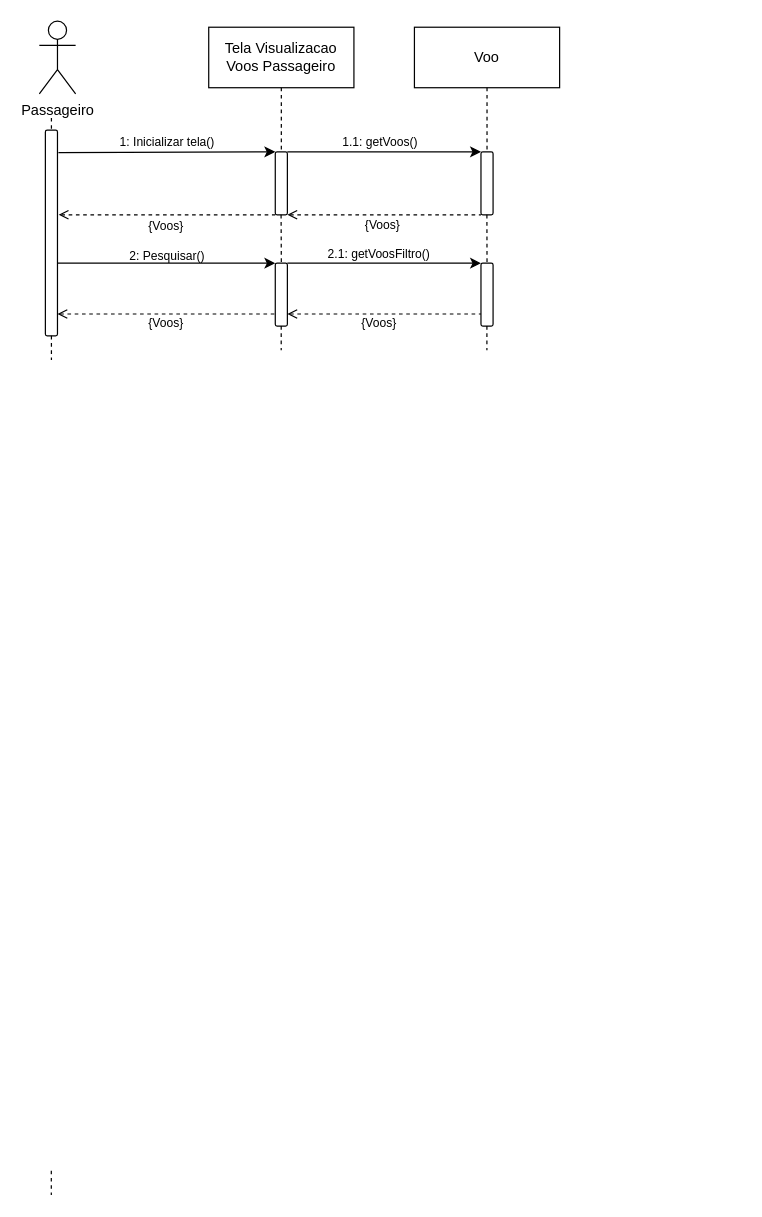
This is Diagramas/Eng_de_Software/Modelos/Sequencia/Ver_Voos.drawio from GabrielGMori/trabalho-conclus-o-ano, a draw.io file, before an edit. Source tidied: cells renumbered, new cells numbered last; positions are measured from the earlier drawing's top-left corner, leaving out a move shared by most shapes. Both pictures are drawn from the tidied source at 121%, with x=0, y=0 at pixel (39, 21).
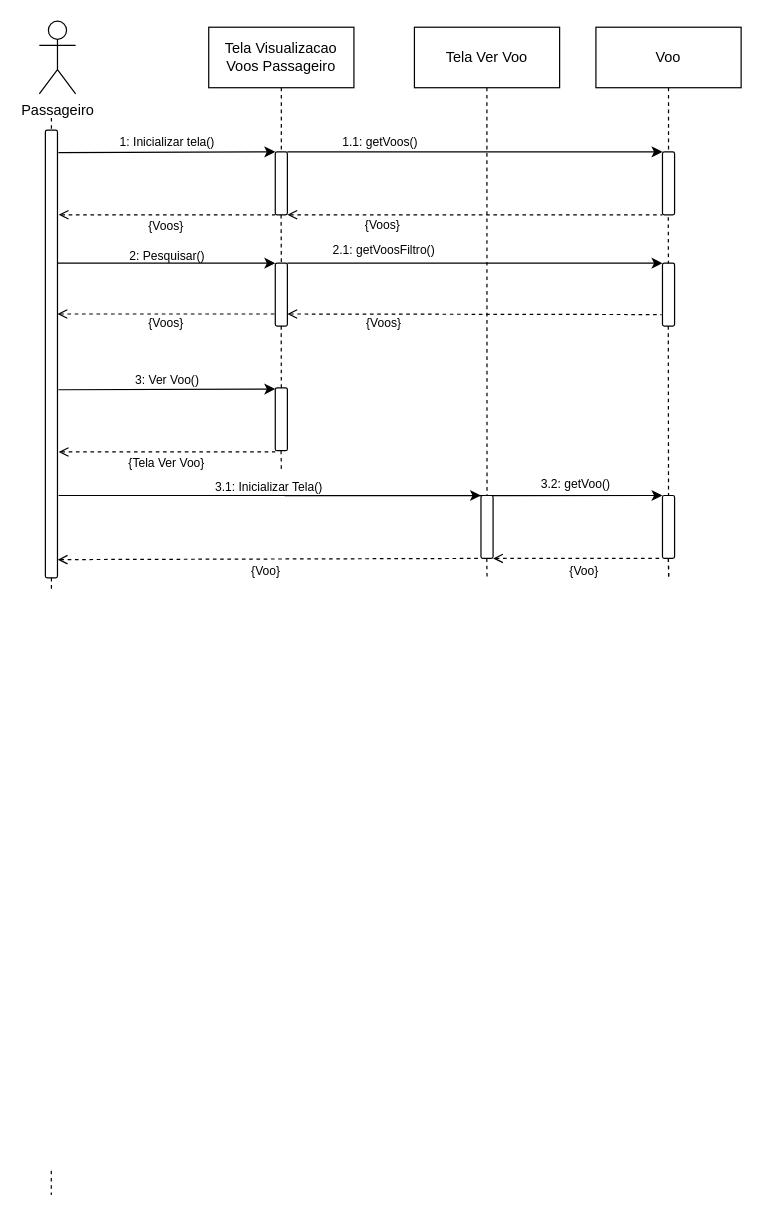
Above is the later version.

The edit, as a diff of the source:
```diff
@@
-    <mxCell id="4" value="Voo" style="rounded=0;whiteSpace=wrap;html=1;" parent="1" vertex="1">
+    <mxCell id="4" value="Tela Ver Voo" style="rounded=0;whiteSpace=wrap;html=1;" parent="1" vertex="1">
       <mxGeometry x="310" y="5" width="120" height="50" as="geometry" />
     </mxCell>
@@
     <mxCell id="6" style="rounded=1;whiteSpace=wrap;html=1;" parent="1" vertex="1">
-      <mxGeometry x="5" y="90" width="10" height="170" as="geometry" />
+      <mxGeometry x="5" y="90" width="10" height="370" as="geometry" />
     </mxCell>
-    <mxCell id="7" style="endArrow=none;dashed=1;html=1;rounded=0;exitX=0.5;exitY=1;exitDx=0;exitDy=0;entryX=0.5;entryY=0;entryDx=0;entryDy=0;" parent="1" edge="1" source="4" target="12">
+    <mxCell id="7" style="endArrow=none;dashed=1;html=1;rounded=0;exitX=0.5;exitY=1;exitDx=0;exitDy=0;entryX=0.5;entryY=0;entryDx=0;entryDy=0;" parent="1" edge="1" source="47" target="12">
       <mxGeometry relative="1" as="geometry" />
     </mxCell>
@@
     <mxCell id="12" style="rounded=1;whiteSpace=wrap;html=1;" parent="1" vertex="1">
-      <mxGeometry x="365" y="108" width="10" height="52" as="geometry" />
+      <mxGeometry x="515" y="108" width="10" height="52" as="geometry" />
     </mxCell>
@@
     <mxCell id="20" style="endArrow=none;dashed=1;html=1;rounded=0;exitX=0.5;exitY=1;exitDx=0;exitDy=0;" parent="1" edge="1" source="6">
       <mxGeometry relative="1" as="geometry">
-        <mxPoint x="10" y="280" as="targetPoint" />
+        <mxPoint x="10" y="470" as="targetPoint" />
       </mxGeometry>
     </mxCell>
@@
-    <mxCell id="22" style="endArrow=none;dashed=1;html=1;rounded=0;exitX=0.5;exitY=1;exitDx=0;exitDy=0;entryX=0.5;entryY=0;entryDx=0;entryDy=0;" parent="1" edge="1" target="24">
+    <mxCell id="22" style="endArrow=none;dashed=1;html=1;rounded=0;exitX=0.5;exitY=1;exitDx=0;exitDy=0;entryX=0.5;entryY=0;entryDx=0;entryDy=0;" parent="1" edge="1">
       <mxGeometry relative="1" as="geometry">
-        <mxPoint x="369.9" y="160" as="sourcePoint" />
+        <mxPoint x="519.8" y="162" as="sourcePoint" />
+        <mxPoint x="519.9" y="202" as="targetPoint" />
       </mxGeometry>
     </mxCell>
@@
     <mxCell id="24" style="rounded=1;whiteSpace=wrap;html=1;" parent="1" vertex="1">
-      <mxGeometry x="365" y="200" width="10" height="52" as="geometry" />
+      <mxGeometry x="515" y="200" width="10" height="52" as="geometry" />
     </mxCell>
-    <mxCell id="25" style="endArrow=none;dashed=1;html=1;rounded=0;exitX=0.5;exitY=1;exitDx=0;exitDy=0;" parent="1" edge="1">
+    <mxCell id="25" style="endArrow=none;dashed=1;html=1;rounded=0;exitX=0.5;exitY=1;exitDx=0;exitDy=0;entryX=0.5;entryY=0;entryDx=0;entryDy=0;" parent="1" edge="1" target="39">
       <mxGeometry relative="1" as="geometry">
         <mxPoint x="199.9" y="252" as="sourcePoint" />
-        <mxPoint x="199.9" y="272" as="targetPoint" />
       </mxGeometry>
     </mxCell>
-    <mxCell id="26" style="endArrow=none;dashed=1;html=1;rounded=0;exitX=0.5;exitY=1;exitDx=0;exitDy=0;" parent="1" edge="1">
+    <mxCell id="26" style="endArrow=none;dashed=1;html=1;rounded=0;exitX=0.5;exitY=1;exitDx=0;exitDy=0;entryX=0.5;entryY=0;entryDx=0;entryDy=0;" parent="1" edge="1" target="40">
       <mxGeometry relative="1" as="geometry">
-        <mxPoint x="369.9" y="252" as="sourcePoint" />
-        <mxPoint x="369.9" y="272" as="targetPoint" />
+        <mxPoint x="519.8" y="252" as="sourcePoint" />
       </mxGeometry>
     </mxCell>
-    <mxCell id="27" style="endArrow=classic;html=1;rounded=0;exitX=1;exitY=0;exitDx=0;exitDy=0;entryX=0;entryY=0;entryDx=0;entryDy=0;" parent="1" edge="1">
+    <mxCell id="27" style="endArrow=classic;html=1;rounded=0;exitX=1;exitY=0;exitDx=0;exitDy=0;entryX=0;entryY=0;entryDx=0;entryDy=0;" parent="1" edge="1" target="24">
       <mxGeometry relative="1" as="geometry">
         <mxPoint x="205" y="200" as="sourcePoint" />
-        <mxPoint x="365" y="200" as="targetPoint" />
       </mxGeometry>
     </mxCell>
-    <mxCell id="28" style="endArrow=none;html=1;rounded=0;entryX=0;entryY=1;entryDx=0;entryDy=0;dashed=1;endFill=0;startArrow=open;startFill=0;exitX=1;exitY=1;exitDx=0;exitDy=0;" parent="1" edge="1">
+    <mxCell id="28" style="endArrow=none;html=1;rounded=0;entryX=-0.075;entryY=0.817;entryDx=0;entryDy=0;dashed=1;endFill=0;startArrow=open;startFill=0;exitX=1;exitY=1;exitDx=0;exitDy=0;entryPerimeter=0;" parent="1" edge="1" target="24">
       <mxGeometry relative="1" as="geometry">
         <mxPoint x="205" y="242" as="sourcePoint" />
-        <mxPoint x="365" y="242" as="targetPoint" />
       </mxGeometry>
     </mxCell>
@@
     <mxCell id="32" value="&lt;font&gt;2.1: getVoos&lt;/font&gt;&lt;font&gt;Filtro()&lt;/font&gt;" style="text;html=1;align=center;verticalAlign=middle;whiteSpace=wrap;rounded=0;fontSize=10;" parent="1" vertex="1">
-      <mxGeometry x="201" y="182" width="160" height="20" as="geometry" />
+      <mxGeometry x="205" y="179" width="160" height="20" as="geometry" />
     </mxCell>
@@
     <mxCell id="34" value="{Voos}" style="text;html=1;align=center;verticalAlign=middle;whiteSpace=wrap;rounded=0;fontSize=10;" parent="1" vertex="1">
-      <mxGeometry x="216" y="239" width="130" height="20" as="geometry" />
+      <mxGeometry x="220" y="239" width="130" height="20" as="geometry" />
     </mxCell>
+    <mxCell id="35" style="endArrow=classic;html=1;rounded=0;exitX=1.085;exitY=0.449;exitDx=0;exitDy=0;exitPerimeter=0;entryX=0;entryY=0;entryDx=0;entryDy=0;" parent="1" edge="1">
+      <mxGeometry relative="1" as="geometry">
+        <mxPoint x="15.8" y="304.6" as="sourcePoint" />
+        <mxPoint x="195" y="304" as="targetPoint" />
+      </mxGeometry>
+    </mxCell>
+    <mxCell id="36" style="endArrow=none;html=1;rounded=0;entryX=0;entryY=1;entryDx=0;entryDy=0;dashed=1;endFill=0;startArrow=open;startFill=0;" parent="1" edge="1">
+      <mxGeometry relative="1" as="geometry">
+        <mxPoint x="16" y="356" as="sourcePoint" />
+        <mxPoint x="195" y="356" as="targetPoint" />
+      </mxGeometry>
+    </mxCell>
+    <mxCell id="37" value="&lt;font&gt;3: Ver Voo()&lt;/font&gt;" style="text;html=1;align=center;verticalAlign=middle;whiteSpace=wrap;rounded=0;fontSize=10;" parent="1" vertex="1">
+      <mxGeometry x="26" y="286" width="160" height="20" as="geometry" />
+    </mxCell>
+    <mxCell id="38" value="{Tela Ver Voo}" style="text;html=1;align=center;verticalAlign=middle;whiteSpace=wrap;rounded=0;fontSize=10;" parent="1" vertex="1">
+      <mxGeometry x="27.5" y="355" width="155" height="20" as="geometry" />
+    </mxCell>
+    <mxCell id="39" style="rounded=1;whiteSpace=wrap;html=1;" parent="1" vertex="1">
+      <mxGeometry x="195" y="303" width="10" height="52" as="geometry" />
+    </mxCell>
+    <mxCell id="40" style="rounded=1;whiteSpace=wrap;html=1;" parent="1" vertex="1">
+      <mxGeometry x="515" y="392" width="10" height="52" as="geometry" />
+    </mxCell>
+    <mxCell id="41" style="endArrow=none;dashed=1;html=1;rounded=0;exitX=0.5;exitY=1;exitDx=0;exitDy=0;" parent="1" edge="1">
+      <mxGeometry relative="1" as="geometry">
+        <mxPoint x="519.9" y="444" as="sourcePoint" />
+        <mxPoint x="520.1" y="459" as="targetPoint" />
+      </mxGeometry>
+    </mxCell>
+    <mxCell id="42" style="endArrow=none;dashed=1;html=1;rounded=0;exitX=0.5;exitY=1;exitDx=0;exitDy=0;" parent="1" edge="1">
+      <mxGeometry relative="1" as="geometry">
+        <mxPoint x="199.8" y="355" as="sourcePoint" />
+        <mxPoint x="200" y="370" as="targetPoint" />
+      </mxGeometry>
+    </mxCell>
+    <mxCell id="43" style="endArrow=classic;html=1;rounded=0;exitX=1.085;exitY=0.449;exitDx=0;exitDy=0;exitPerimeter=0;entryX=0;entryY=0;entryDx=0;entryDy=0;" parent="1" edge="1" target="40">
+      <mxGeometry relative="1" as="geometry">
+        <mxPoint x="202.8" y="392.1" as="sourcePoint" />
+      </mxGeometry>
+    </mxCell>
+    <mxCell id="44" style="endArrow=none;html=1;rounded=0;entryX=0;entryY=1;entryDx=0;entryDy=0;dashed=1;endFill=0;startArrow=open;startFill=0;exitX=1;exitY=1;exitDx=0;exitDy=0;" parent="1" edge="1" source="53" target="40">
+      <mxGeometry relative="1" as="geometry" />
+    </mxCell>
+    <mxCell id="45" value="&lt;font&gt;3.2: getVoo()&lt;/font&gt;" style="text;html=1;align=center;verticalAlign=middle;whiteSpace=wrap;rounded=0;fontSize=10;" parent="1" vertex="1">
+      <mxGeometry x="386" y="372" width="115" height="20" as="geometry" />
+    </mxCell>
+    <mxCell id="46" value="{Voo}" style="text;html=1;align=center;verticalAlign=middle;whiteSpace=wrap;rounded=0;fontSize=10;" parent="1" vertex="1">
+      <mxGeometry x="386" y="444" width="129" height="20" as="geometry" />
+    </mxCell>
+    <mxCell id="47" value="Voo" style="rounded=0;whiteSpace=wrap;html=1;" parent="1" vertex="1">
+      <mxGeometry x="460" y="5" width="120" height="50" as="geometry" />
+    </mxCell>
+    <mxCell id="48" style="endArrow=none;dashed=1;html=1;rounded=0;exitX=0.5;exitY=1;exitDx=0;exitDy=0;entryX=0.5;entryY=0;entryDx=0;entryDy=0;" parent="1" edge="1" target="53">
+      <mxGeometry relative="1" as="geometry">
+        <mxPoint x="369.9" y="55" as="sourcePoint" />
+      </mxGeometry>
+    </mxCell>
+    <mxCell id="49" style="endArrow=classic;html=1;rounded=0;entryX=0;entryY=0;entryDx=0;entryDy=0;" parent="1" edge="1" target="53">
+      <mxGeometry relative="1" as="geometry">
+        <mxPoint x="16" y="392" as="sourcePoint" />
+      </mxGeometry>
+    </mxCell>
+    <mxCell id="50" style="endArrow=none;html=1;rounded=0;entryX=0;entryY=1;entryDx=0;entryDy=0;dashed=1;endFill=0;startArrow=open;startFill=0;" parent="1" edge="1" target="53">
+      <mxGeometry relative="1" as="geometry">
+        <mxPoint x="15.2" y="445" as="sourcePoint" />
+      </mxGeometry>
+    </mxCell>
+    <mxCell id="51" value="&lt;font&gt;3.1: Inicializar Tela()&lt;/font&gt;" style="text;html=1;align=center;verticalAlign=middle;whiteSpace=wrap;rounded=0;fontSize=10;" parent="1" vertex="1">
+      <mxGeometry x="110" y="375" width="160" height="20" as="geometry" />
+    </mxCell>
+    <mxCell id="52" value="{Voo}" style="text;html=1;align=center;verticalAlign=middle;whiteSpace=wrap;rounded=0;fontSize=10;" parent="1" vertex="1">
+      <mxGeometry x="110" y="444" width="155" height="20" as="geometry" />
+    </mxCell>
+    <mxCell id="53" style="rounded=1;whiteSpace=wrap;html=1;" parent="1" vertex="1">
+      <mxGeometry x="365" y="392" width="10" height="52" as="geometry" />
+    </mxCell>
+    <mxCell id="54" style="endArrow=none;dashed=1;html=1;rounded=0;exitX=0.5;exitY=1;exitDx=0;exitDy=0;" parent="1" edge="1">
+      <mxGeometry relative="1" as="geometry">
+        <mxPoint x="519.9" y="444" as="sourcePoint" />
+        <mxPoint x="520.1" y="459" as="targetPoint" />
+      </mxGeometry>
+    </mxCell>
+    <mxCell id="55" style="endArrow=none;dashed=1;html=1;rounded=0;exitX=0.5;exitY=1;exitDx=0;exitDy=0;" parent="1" edge="1">
+      <mxGeometry relative="1" as="geometry">
+        <mxPoint x="369.8" y="444" as="sourcePoint" />
+        <mxPoint x="370" y="459" as="targetPoint" />
+      </mxGeometry>
+    </mxCell>
```
